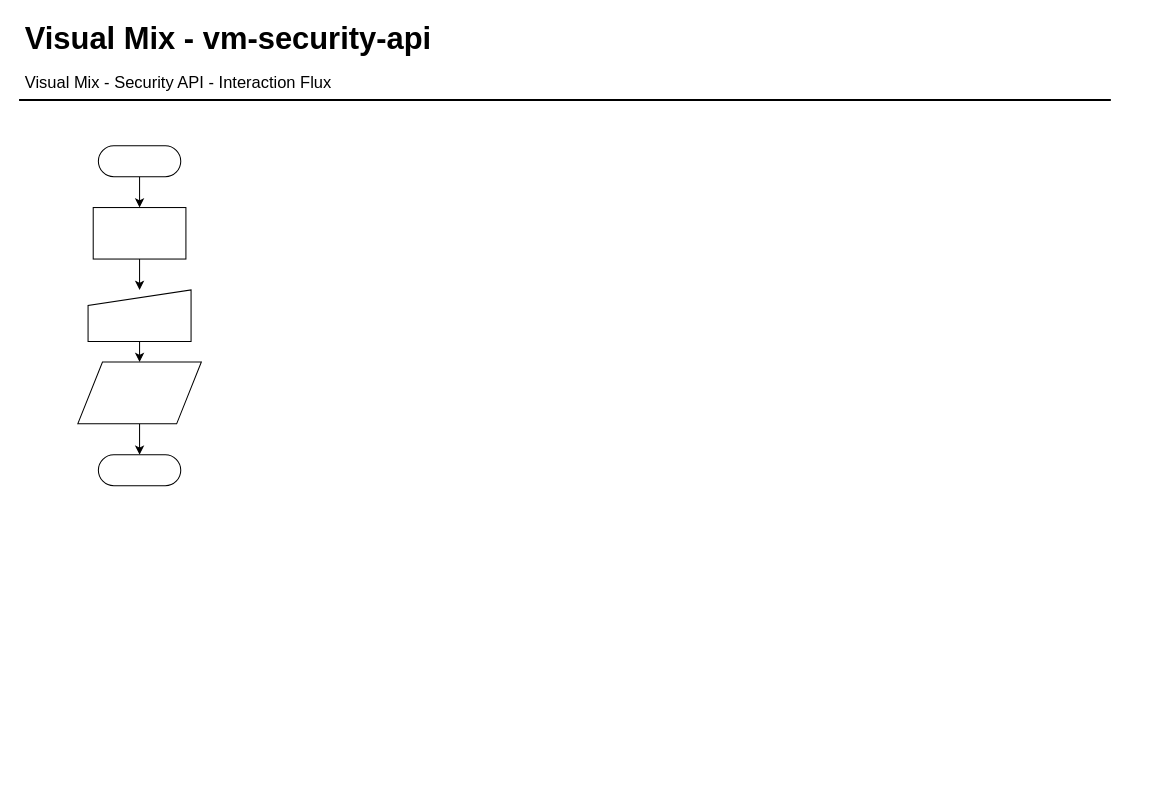
Above: page "Simple Interaction" (2 of 5) of vm-security.drawio in Wiu0/diagram (draw.io), before the change. Source tidied: cells renumbered, new cells numbered last; positions are measured from the earlier drawing's top-left corner, leaving out a move shared by most shapes. Both pictures are drawn from the tidied source at 103%, with x=0, y=0 at pixel (19, 18).
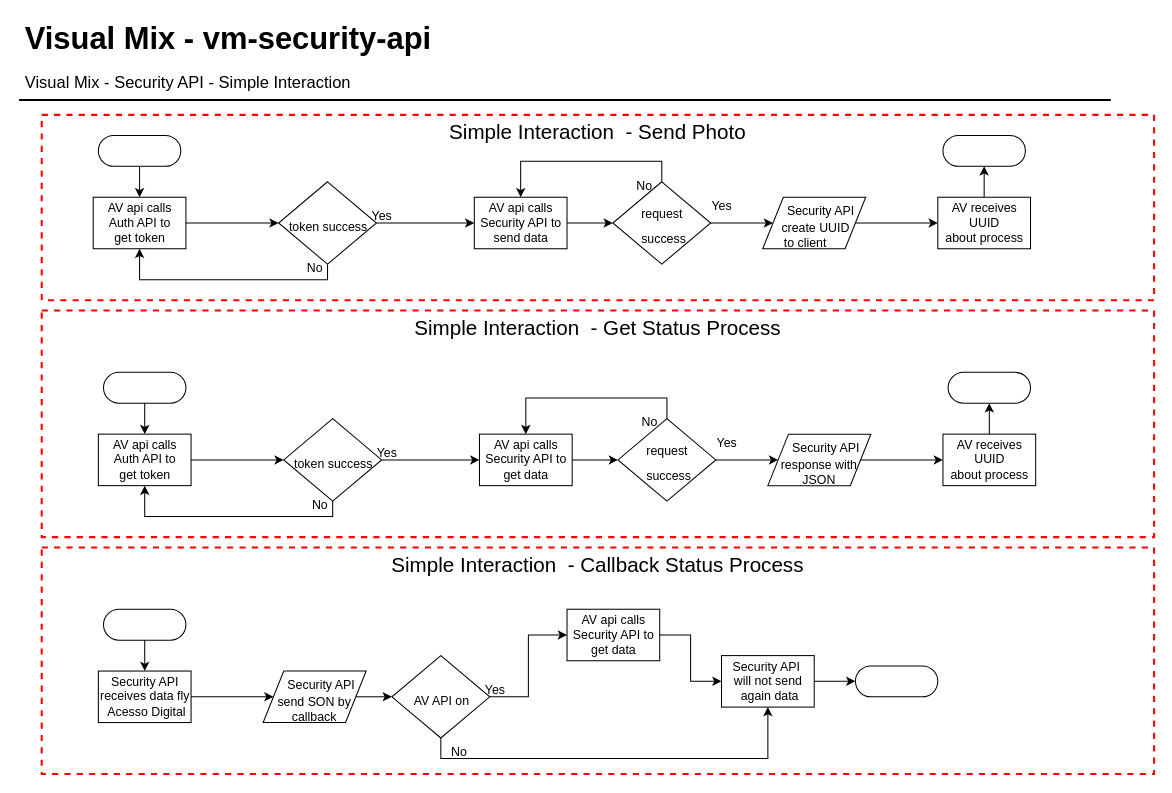
The same diagram, later.

Unchanged cells that the change refers to:
```xml
<mxCell id="11" style="group;" parent="1" vertex="1">
  <mxGeometry y="-0.5" width="1060" height="85" as="geometry" />
</mxCell>
```

What changed in the source:
```diff
@@
+    <mxCell id="15" value="Simple Interaction &amp;nbsp;- Send Photo" style="fontStyle=0;verticalAlign=top;align=center;spacingTop=-2;fillColor=none;rounded=0;whiteSpace=wrap;html=1;strokeColor=#FF0000;strokeWidth=2;dashed=1;fontSize=20;" parent="1" vertex="1">
+      <mxGeometry x="22" y="94" width="1080" height="180" as="geometry" />
+    </mxCell>
+    <mxCell id="16" style="group;" parent="15" vertex="1">
+      <mxGeometry x="50" y="20" width="910" height="140" as="geometry" />
+    </mxCell>
+    <mxCell id="17" value="AV receives &lt;br&gt;UUID &lt;br&gt;about process" style="html=1;dashed=0;whitespace=wrap;" parent="16" vertex="1">
+      <mxGeometry x="820" y="60" width="90" height="50" as="geometry" />
+    </mxCell>
+    <mxCell id="10" style="html=1;dashed=0;whitespace=wrap;shape=mxgraph.dfd.start;" parent="16" vertex="1">
+      <mxGeometry x="825" width="80" height="30" as="geometry" />
+    </mxCell>
+    <mxCell id="18" style="edgeStyle=orthogonalEdgeStyle;rounded=0;jettySize=auto;html=1;exitX=0.5;exitY=0;exitDx=0;exitDy=0;fontSize=20;entryX=0.5;entryY=0.5;entryDx=0;entryDy=15;entryPerimeter=0;" parent="16" edge="1" source="17" target="10">
+      <mxGeometry relative="1" as="geometry" />
+    </mxCell>
+    <mxCell id="19" value="&lt;div&gt;&lt;span style=&quot;font-size: 12px&quot;&gt;&amp;nbsp; &amp;nbsp; Security API&lt;/span&gt;&lt;/div&gt;&lt;font style=&quot;font-size: 12px&quot;&gt;&lt;div&gt;&amp;nbsp; create UUID&amp;nbsp;&lt;/div&gt;&lt;div&gt;to client &amp;nbsp; &amp;nbsp;&amp;nbsp;&lt;/div&gt;&lt;/font&gt;" style="shape=parallelogram;perimeter=parallelogramPerimeter;whiteSpace=wrap;html=1;dashed=0;fontSize=20;align=center;" parent="16" vertex="1">
+      <mxGeometry x="650" y="60" width="100" height="50" as="geometry" />
+    </mxCell>
+    <mxCell id="20" style="edgeStyle=orthogonalEdgeStyle;rounded=0;jettySize=auto;html=1;exitX=1;exitY=0.5;exitDx=0;exitDy=0;fontSize=20;" parent="16" edge="1" source="19" target="17">
+      <mxGeometry relative="1" as="geometry" />
+    </mxCell>
+    <mxCell id="21" value="&lt;font style=&quot;font-size: 12px&quot;&gt;request&lt;br&gt;&amp;nbsp;success&lt;/font&gt;" style="shape=rhombus;html=1;dashed=0;whitespace=wrap;perimeter=rhombusPerimeter;fontSize=20;" parent="16" vertex="1">
+      <mxGeometry x="504.5" y="45" width="95" height="80" as="geometry" />
+    </mxCell>
+    <mxCell id="22" style="edgeStyle=orthogonalEdgeStyle;rounded=0;jettySize=auto;html=1;exitX=1;exitY=0.5;exitDx=0;exitDy=0;fontSize=20;entryX=0;entryY=0.5;entryDx=0;entryDy=0;" parent="16" edge="1" source="21" target="19">
+      <mxGeometry relative="1" as="geometry" />
+    </mxCell>
+    <mxCell id="23" value="&lt;font style=&quot;font-size: 12px&quot;&gt;Yes&lt;/font&gt;" style="text;html=1;align=center;verticalAlign=middle;fontSize=20;" parent="16" vertex="1">
+      <mxGeometry x="590" y="50" width="40" height="30" as="geometry" />
+    </mxCell>
+    <mxCell id="24" value="&lt;font style=&quot;font-size: 12px&quot;&gt;No&lt;/font&gt;" style="text;html=1;align=center;verticalAlign=middle;fontSize=20;" parent="16" vertex="1">
+      <mxGeometry x="520" y="30" width="30" height="30" as="geometry" />
+    </mxCell>
+    <mxCell id="25" value="AV api calls &lt;br&gt;Security API to &lt;br&gt;send data" style="html=1;dashed=0;whitespace=wrap;" parent="16" vertex="1">
+      <mxGeometry x="370" y="60" width="90" height="50" as="geometry" />
+    </mxCell>
+    <mxCell id="26" style="edgeStyle=orthogonalEdgeStyle;rounded=0;jettySize=auto;html=1;exitX=1;exitY=0.5;exitDx=0;exitDy=0;fontSize=20;" parent="16" edge="1" source="25" target="21">
+      <mxGeometry relative="1" as="geometry" />
+    </mxCell>
+    <mxCell id="27" style="edgeStyle=orthogonalEdgeStyle;rounded=0;jettySize=auto;html=1;exitX=0.5;exitY=0;exitDx=0;exitDy=0;entryX=0.5;entryY=0;entryDx=0;entryDy=0;fontSize=20;" parent="16" edge="1" source="21" target="25">
+      <mxGeometry relative="1" as="geometry" />
+    </mxCell>
+    <mxCell id="28" value="&lt;font style=&quot;font-size: 12px&quot;&gt;token success&lt;/font&gt;" style="shape=rhombus;html=1;dashed=0;whitespace=wrap;perimeter=rhombusPerimeter;fontSize=20;" parent="16" vertex="1">
+      <mxGeometry x="180" y="45" width="95" height="80" as="geometry" />
+    </mxCell>
+    <mxCell id="29" style="edgeStyle=orthogonalEdgeStyle;rounded=0;jettySize=auto;html=1;exitX=1;exitY=0.5;exitDx=0;exitDy=0;fontSize=20;entryX=0;entryY=0.5;entryDx=0;entryDy=0;" parent="16" edge="1" source="28" target="25">
+      <mxGeometry relative="1" as="geometry" />
+    </mxCell>
+    <mxCell id="30" value="&lt;font style=&quot;font-size: 12px&quot;&gt;Yes&lt;/font&gt;" style="text;html=1;align=center;verticalAlign=middle;fontSize=20;" parent="16" vertex="1">
+      <mxGeometry x="260" y="60" width="40" height="30" as="geometry" />
+    </mxCell>
+    <mxCell id="31" value="&lt;font style=&quot;font-size: 12px&quot;&gt;No&lt;/font&gt;" style="text;html=1;align=center;verticalAlign=middle;fontSize=20;" parent="16" vertex="1">
+      <mxGeometry x="200" y="110" width="30" height="30" as="geometry" />
+    </mxCell>
+    <mxCell id="3" style="html=1;dashed=0;whitespace=wrap;shape=mxgraph.dfd.start;" parent="16" vertex="1">
+      <mxGeometry x="5" width="80" height="30" as="geometry" />
+    </mxCell>
+    <mxCell id="5" value="AV api calls &lt;br&gt;Auth API to &lt;br&gt;get token" style="html=1;dashed=0;whitespace=wrap;" parent="16" vertex="1">
+      <mxGeometry y="60" width="90" height="50" as="geometry" />
+    </mxCell>
-    <mxCell id="2" style="edgeStyle=orthogonalEdgeStyle;rounded=0;jettySize=auto;html=1;exitX=0.5;exitY=0.5;exitDx=0;exitDy=15;exitPerimeter=0;entryX=0.5;entryY=0;entryDx=0;entryDy=0;" parent="1" edge="1" source="3" target="5">
+    <mxCell id="2" style="edgeStyle=orthogonalEdgeStyle;rounded=0;jettySize=auto;html=1;exitX=0.5;exitY=0.5;exitDx=0;exitDy=15;exitPerimeter=0;entryX=0.5;entryY=0;entryDx=0;entryDy=0;" parent="16" edge="1" source="3" target="5">
       <mxGeometry relative="1" as="geometry" />
     </mxCell>
-    <mxCell id="3" style="html=1;dashed=0;whitespace=wrap;shape=mxgraph.dfd.start;" parent="1" vertex="1">
-      <mxGeometry x="77" y="124" width="80" height="30" as="geometry" />
-    </mxCell>
-    <mxCell id="4" style="edgeStyle=orthogonalEdgeStyle;rounded=0;jettySize=auto;html=1;exitX=0.5;exitY=1;exitDx=0;exitDy=0;" parent="1" edge="1" source="5" target="7">
-      <mxGeometry relative="1" as="geometry" />
-    </mxCell>
-    <mxCell id="5" style="html=1;dashed=0;whitespace=wrap;" parent="1" vertex="1">
-      <mxGeometry x="72" y="184" width="90" height="50" as="geometry" />
-    </mxCell>
-    <mxCell id="6" style="edgeStyle=orthogonalEdgeStyle;rounded=0;jettySize=auto;html=1;exitX=0.5;exitY=1;exitDx=0;exitDy=0;entryX=0.5;entryY=0;entryDx=0;entryDy=0;" parent="1" edge="1" source="7" target="9">
-      <mxGeometry relative="1" as="geometry" />
-    </mxCell>
-    <mxCell id="7" style="shape=manualInput;whiteSpace=wrap;html=1;dashed=0;size=15;" parent="1" vertex="1">
-      <mxGeometry x="67" y="264" width="100" height="50" as="geometry" />
-    </mxCell>
-    <mxCell id="8" style="edgeStyle=orthogonalEdgeStyle;rounded=0;jettySize=auto;html=1;exitX=0.5;exitY=1;exitDx=0;exitDy=0;entryX=0.5;entryY=0.5;entryDx=0;entryDy=-15;entryPerimeter=0;" parent="1" edge="1" source="9" target="10">
-      <mxGeometry relative="1" as="geometry" />
-    </mxCell>
-    <mxCell id="9" style="shape=parallelogram;perimeter=parallelogramPerimeter;whiteSpace=wrap;html=1;dashed=0;" parent="1" vertex="1">
-      <mxGeometry x="57" y="334" width="120" height="60" as="geometry" />
-    </mxCell>
-    <mxCell id="10" style="html=1;dashed=0;whitespace=wrap;shape=mxgraph.dfd.start;" parent="1" vertex="1">
-      <mxGeometry x="77" y="424" width="80" height="30" as="geometry" />
-    </mxCell>
+    <mxCell id="32" style="edgeStyle=orthogonalEdgeStyle;rounded=0;jettySize=auto;html=1;exitX=1;exitY=0.5;exitDx=0;exitDy=0;entryX=0;entryY=0.5;entryDx=0;entryDy=0;fontSize=20;" parent="16" edge="1" source="5" target="28">
+      <mxGeometry relative="1" as="geometry" />
+    </mxCell>
+    <mxCell id="33" style="edgeStyle=orthogonalEdgeStyle;rounded=0;jettySize=auto;html=1;exitX=0.5;exitY=1;exitDx=0;exitDy=0;fontSize=20;entryX=0.5;entryY=1;entryDx=0;entryDy=0;" parent="16" edge="1" source="28" target="5">
+      <mxGeometry relative="1" as="geometry">
+        <Array as="points">
+          <mxPoint x="228" y="140" />
+          <mxPoint x="45" y="140" />
+        </Array>
+      </mxGeometry>
+    </mxCell>
@@
-    <mxCell id="13" value="Visual Mix - Security API - Interaction Flux" style="text;html=1;align=left;verticalAlign=top;spacingTop=-4;fontSize=16;" parent="11" vertex="1">
-      <mxGeometry x="4" y="50" width="310" height="20" as="geometry" />
+    <mxCell id="13" value="Visual Mix - Security API - Simple Interaction" style="text;html=1;align=left;verticalAlign=top;spacingTop=-4;fontSize=16;" parent="11" vertex="1">
+      <mxGeometry x="4" y="50" width="330" height="20" as="geometry" />
     </mxCell>
@@
+    <mxCell id="34" value="Simple Interaction &amp;nbsp;- Get Status Process" style="fontStyle=0;verticalAlign=top;align=center;spacingTop=-2;fillColor=none;rounded=0;whiteSpace=wrap;html=1;strokeColor=#FF0000;strokeWidth=2;dashed=1;fontSize=20;" parent="1" vertex="1">
+      <mxGeometry x="22" y="284" width="1080" height="220" as="geometry" />
+    </mxCell>
+    <mxCell id="35" value="AV receives &lt;br&gt;UUID &lt;br&gt;about process" style="html=1;dashed=0;whitespace=wrap;" parent="34" vertex="1">
+      <mxGeometry x="875" y="120" width="90" height="50" as="geometry" />
+    </mxCell>
+    <mxCell id="36" style="html=1;dashed=0;whitespace=wrap;shape=mxgraph.dfd.start;" parent="34" vertex="1">
+      <mxGeometry x="880" y="60" width="80" height="30" as="geometry" />
+    </mxCell>
+    <mxCell id="37" style="edgeStyle=orthogonalEdgeStyle;rounded=0;jettySize=auto;html=1;exitX=0.5;exitY=0;exitDx=0;exitDy=0;fontSize=20;entryX=0.5;entryY=0.5;entryDx=0;entryDy=15;entryPerimeter=0;" parent="34" edge="1" source="35" target="36">
+      <mxGeometry relative="1" as="geometry" />
+    </mxCell>
+    <mxCell id="38" value="&lt;div&gt;&lt;span style=&quot;font-size: 12px&quot;&gt;&amp;nbsp; &amp;nbsp; Security API&lt;/span&gt;&lt;/div&gt;&lt;font style=&quot;font-size: 12px&quot;&gt;&lt;div&gt;response with JSON&lt;/div&gt;&lt;/font&gt;" style="shape=parallelogram;perimeter=parallelogramPerimeter;whiteSpace=wrap;html=1;dashed=0;fontSize=20;align=center;" parent="34" vertex="1">
+      <mxGeometry x="705" y="120" width="100" height="50" as="geometry" />
+    </mxCell>
+    <mxCell id="39" style="edgeStyle=orthogonalEdgeStyle;rounded=0;jettySize=auto;html=1;exitX=1;exitY=0.5;exitDx=0;exitDy=0;fontSize=20;" parent="34" edge="1" source="38" target="35">
+      <mxGeometry relative="1" as="geometry" />
+    </mxCell>
+    <mxCell id="40" value="&lt;font style=&quot;font-size: 12px&quot;&gt;request&lt;br&gt;&amp;nbsp;success&lt;/font&gt;" style="shape=rhombus;html=1;dashed=0;whitespace=wrap;perimeter=rhombusPerimeter;fontSize=20;" parent="34" vertex="1">
+      <mxGeometry x="559.5" y="105" width="95" height="80" as="geometry" />
+    </mxCell>
+    <mxCell id="41" style="edgeStyle=orthogonalEdgeStyle;rounded=0;jettySize=auto;html=1;exitX=1;exitY=0.5;exitDx=0;exitDy=0;fontSize=20;entryX=0;entryY=0.5;entryDx=0;entryDy=0;" parent="34" edge="1" source="40" target="38">
+      <mxGeometry relative="1" as="geometry" />
+    </mxCell>
+    <mxCell id="42" value="&lt;font style=&quot;font-size: 12px&quot;&gt;Yes&lt;/font&gt;" style="text;html=1;align=center;verticalAlign=middle;fontSize=20;" parent="34" vertex="1">
+      <mxGeometry x="645" y="110" width="40" height="30" as="geometry" />
+    </mxCell>
+    <mxCell id="43" value="&lt;font style=&quot;font-size: 12px&quot;&gt;No&lt;/font&gt;" style="text;html=1;align=center;verticalAlign=middle;fontSize=20;" parent="34" vertex="1">
+      <mxGeometry x="575" y="90" width="30" height="30" as="geometry" />
+    </mxCell>
+    <mxCell id="44" value="AV api calls &lt;br&gt;Security API to &lt;br&gt;get data" style="html=1;dashed=0;whitespace=wrap;" parent="34" vertex="1">
+      <mxGeometry x="425" y="120" width="90" height="50" as="geometry" />
+    </mxCell>
+    <mxCell id="45" style="edgeStyle=orthogonalEdgeStyle;rounded=0;jettySize=auto;html=1;exitX=1;exitY=0.5;exitDx=0;exitDy=0;fontSize=20;" parent="34" edge="1" source="44" target="40">
+      <mxGeometry relative="1" as="geometry" />
+    </mxCell>
+    <mxCell id="46" style="edgeStyle=orthogonalEdgeStyle;rounded=0;jettySize=auto;html=1;exitX=0.5;exitY=0;exitDx=0;exitDy=0;entryX=0.5;entryY=0;entryDx=0;entryDy=0;fontSize=20;" parent="34" edge="1" source="40" target="44">
+      <mxGeometry relative="1" as="geometry" />
+    </mxCell>
+    <mxCell id="47" value="&lt;font style=&quot;font-size: 12px&quot;&gt;token success&lt;/font&gt;" style="shape=rhombus;html=1;dashed=0;whitespace=wrap;perimeter=rhombusPerimeter;fontSize=20;" parent="34" vertex="1">
+      <mxGeometry x="235" y="105" width="95" height="80" as="geometry" />
+    </mxCell>
+    <mxCell id="48" style="edgeStyle=orthogonalEdgeStyle;rounded=0;jettySize=auto;html=1;exitX=1;exitY=0.5;exitDx=0;exitDy=0;fontSize=20;entryX=0;entryY=0.5;entryDx=0;entryDy=0;" parent="34" edge="1" source="47" target="44">
+      <mxGeometry relative="1" as="geometry" />
+    </mxCell>
+    <mxCell id="49" value="&lt;font style=&quot;font-size: 12px&quot;&gt;Yes&lt;/font&gt;" style="text;html=1;align=center;verticalAlign=middle;fontSize=20;" parent="34" vertex="1">
+      <mxGeometry x="315" y="120" width="40" height="30" as="geometry" />
+    </mxCell>
+    <mxCell id="50" value="&lt;font style=&quot;font-size: 12px&quot;&gt;No&lt;/font&gt;" style="text;html=1;align=center;verticalAlign=middle;fontSize=20;" parent="34" vertex="1">
+      <mxGeometry x="255" y="170" width="30" height="30" as="geometry" />
+    </mxCell>
+    <mxCell id="51" style="html=1;dashed=0;whitespace=wrap;shape=mxgraph.dfd.start;" parent="34" vertex="1">
+      <mxGeometry x="60" y="60" width="80" height="30" as="geometry" />
+    </mxCell>
+    <mxCell id="52" value="AV api calls &lt;br&gt;Auth API to &lt;br&gt;get token" style="html=1;dashed=0;whitespace=wrap;" parent="34" vertex="1">
+      <mxGeometry x="55" y="120" width="90" height="50" as="geometry" />
+    </mxCell>
+    <mxCell id="53" style="edgeStyle=orthogonalEdgeStyle;rounded=0;jettySize=auto;html=1;exitX=0.5;exitY=0.5;exitDx=0;exitDy=15;exitPerimeter=0;entryX=0.5;entryY=0;entryDx=0;entryDy=0;" parent="34" edge="1" source="51" target="52">
+      <mxGeometry relative="1" as="geometry" />
+    </mxCell>
+    <mxCell id="54" style="edgeStyle=orthogonalEdgeStyle;rounded=0;jettySize=auto;html=1;exitX=1;exitY=0.5;exitDx=0;exitDy=0;entryX=0;entryY=0.5;entryDx=0;entryDy=0;fontSize=20;" parent="34" edge="1" source="52" target="47">
+      <mxGeometry relative="1" as="geometry" />
+    </mxCell>
+    <mxCell id="55" style="edgeStyle=orthogonalEdgeStyle;rounded=0;jettySize=auto;html=1;exitX=0.5;exitY=1;exitDx=0;exitDy=0;fontSize=20;entryX=0.5;entryY=1;entryDx=0;entryDy=0;" parent="34" edge="1" source="47" target="52">
+      <mxGeometry relative="1" as="geometry">
+        <Array as="points">
+          <mxPoint x="283" y="200" />
+          <mxPoint x="100" y="200" />
+        </Array>
+      </mxGeometry>
+    </mxCell>
+    <mxCell id="56" value="Simple Interaction &amp;nbsp;- Callback Status Process" style="fontStyle=0;verticalAlign=top;align=center;spacingTop=-2;fillColor=none;rounded=0;whiteSpace=wrap;html=1;strokeColor=#FF0000;strokeWidth=2;dashed=1;fontSize=20;" parent="1" vertex="1">
+      <mxGeometry x="22" y="514" width="1080" height="220" as="geometry" />
+    </mxCell>
+    <mxCell id="57" style="html=1;dashed=0;whitespace=wrap;shape=mxgraph.dfd.start;" parent="56" vertex="1">
+      <mxGeometry x="790" y="115" width="80" height="30" as="geometry" />
+    </mxCell>
+    <mxCell id="58" style="edgeStyle=orthogonalEdgeStyle;rounded=0;jettySize=auto;html=1;exitX=1;exitY=0.5;exitDx=0;exitDy=0;entryX=0;entryY=0.5;entryDx=0;entryDy=0;fontSize=20;" parent="56" edge="1" source="59" target="68">
+      <mxGeometry relative="1" as="geometry" />
+    </mxCell>
+    <mxCell id="59" value="&lt;div&gt;&lt;span style=&quot;font-size: 12px&quot;&gt;&amp;nbsp; &amp;nbsp; Security API&lt;/span&gt;&lt;/div&gt;&lt;font style=&quot;font-size: 12px&quot;&gt;&lt;div&gt;send SON by callback&lt;/div&gt;&lt;/font&gt;" style="shape=parallelogram;perimeter=parallelogramPerimeter;whiteSpace=wrap;html=1;dashed=0;fontSize=20;align=center;" parent="56" vertex="1">
+      <mxGeometry x="215" y="120" width="100" height="50" as="geometry" />
+    </mxCell>
+    <mxCell id="60" style="edgeStyle=orthogonalEdgeStyle;rounded=0;jettySize=auto;html=1;exitX=1;exitY=0.5;exitDx=0;exitDy=0;entryX=0;entryY=0.5;entryDx=0;entryDy=0;fontSize=20;" parent="56" edge="1" source="61" target="71">
+      <mxGeometry relative="1" as="geometry" />
+    </mxCell>
+    <mxCell id="61" value="AV api calls &lt;br&gt;Security API to &lt;br&gt;get data" style="html=1;dashed=0;whitespace=wrap;" parent="56" vertex="1">
+      <mxGeometry x="510" y="60" width="90" height="50" as="geometry" />
+    </mxCell>
+    <mxCell id="62" style="html=1;dashed=0;whitespace=wrap;shape=mxgraph.dfd.start;" parent="56" vertex="1">
+      <mxGeometry x="60" y="60" width="80" height="30" as="geometry" />
+    </mxCell>
+    <mxCell id="63" style="edgeStyle=orthogonalEdgeStyle;rounded=0;jettySize=auto;html=1;exitX=1;exitY=0.5;exitDx=0;exitDy=0;entryX=0;entryY=0.5;entryDx=0;entryDy=0;fontSize=20;" parent="56" edge="1" source="64" target="59">
+      <mxGeometry relative="1" as="geometry" />
+    </mxCell>
+    <mxCell id="64" value="Security API&lt;br&gt;receives data fly&lt;br&gt;&amp;nbsp;Acesso Digital" style="html=1;dashed=0;whitespace=wrap;" parent="56" vertex="1">
+      <mxGeometry x="55" y="120" width="90" height="50" as="geometry" />
+    </mxCell>
+    <mxCell id="65" style="edgeStyle=orthogonalEdgeStyle;rounded=0;jettySize=auto;html=1;exitX=0.5;exitY=0.5;exitDx=0;exitDy=15;exitPerimeter=0;entryX=0.5;entryY=0;entryDx=0;entryDy=0;" parent="56" edge="1" source="62" target="64">
+      <mxGeometry relative="1" as="geometry" />
+    </mxCell>
+    <mxCell id="66" style="edgeStyle=orthogonalEdgeStyle;rounded=0;jettySize=auto;html=1;exitX=1;exitY=0.5;exitDx=0;exitDy=0;entryX=0;entryY=0.5;entryDx=0;entryDy=0;fontSize=20;" parent="56" edge="1" source="68" target="61">
+      <mxGeometry relative="1" as="geometry" />
+    </mxCell>
+    <mxCell id="67" style="edgeStyle=orthogonalEdgeStyle;rounded=0;jettySize=auto;html=1;exitX=0.5;exitY=1;exitDx=0;exitDy=0;entryX=0.5;entryY=1;entryDx=0;entryDy=0;fontSize=20;" parent="56" edge="1" source="68" target="71">
+      <mxGeometry relative="1" as="geometry" />
+    </mxCell>
+    <mxCell id="68" value="&lt;font style=&quot;font-size: 12px&quot;&gt;AV API on&lt;/font&gt;" style="shape=rhombus;html=1;dashed=0;whitespace=wrap;perimeter=rhombusPerimeter;fontSize=20;" parent="56" vertex="1">
+      <mxGeometry x="340" y="105" width="95" height="80" as="geometry" />
+    </mxCell>
+    <mxCell id="69" value="&lt;font style=&quot;font-size: 12px&quot;&gt;Yes&lt;/font&gt;" style="text;html=1;align=center;verticalAlign=middle;fontSize=20;" parent="56" vertex="1">
+      <mxGeometry x="420" y="120" width="40" height="30" as="geometry" />
+    </mxCell>
+    <mxCell id="70" style="edgeStyle=orthogonalEdgeStyle;rounded=0;jettySize=auto;html=1;exitX=1;exitY=0.5;exitDx=0;exitDy=0;entryX=0;entryY=0.5;entryDx=0;entryDy=0;entryPerimeter=0;fontSize=20;" parent="56" edge="1" source="71" target="57">
+      <mxGeometry relative="1" as="geometry" />
+    </mxCell>
+    <mxCell id="71" value="Security API&amp;nbsp;&lt;br&gt;will not send&lt;br&gt;&amp;nbsp;again data" style="html=1;dashed=0;whitespace=wrap;" parent="56" vertex="1">
+      <mxGeometry x="660" y="105" width="90" height="50" as="geometry" />
+    </mxCell>
+    <mxCell id="72" value="&lt;font style=&quot;font-size: 12px&quot;&gt;No&lt;/font&gt;" style="text;html=1;align=center;verticalAlign=middle;fontSize=20;" parent="56" vertex="1">
+      <mxGeometry x="390" y="180" width="30" height="30" as="geometry" />
+    </mxCell>
```
